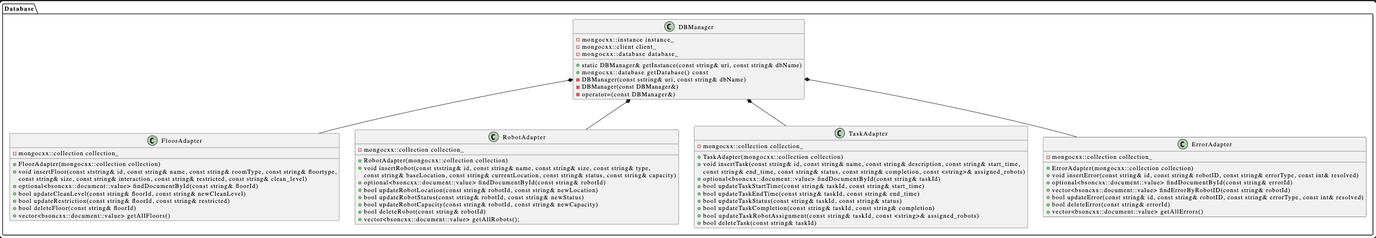
This is docs/design/uml_class_diagrams/Database.png from ur-swe-fa24/main-project-tidytech, a PlantUML export, as it was before one commit. Its source is kept beside it as docs/design/uml_class_diagrams/Database.puml.
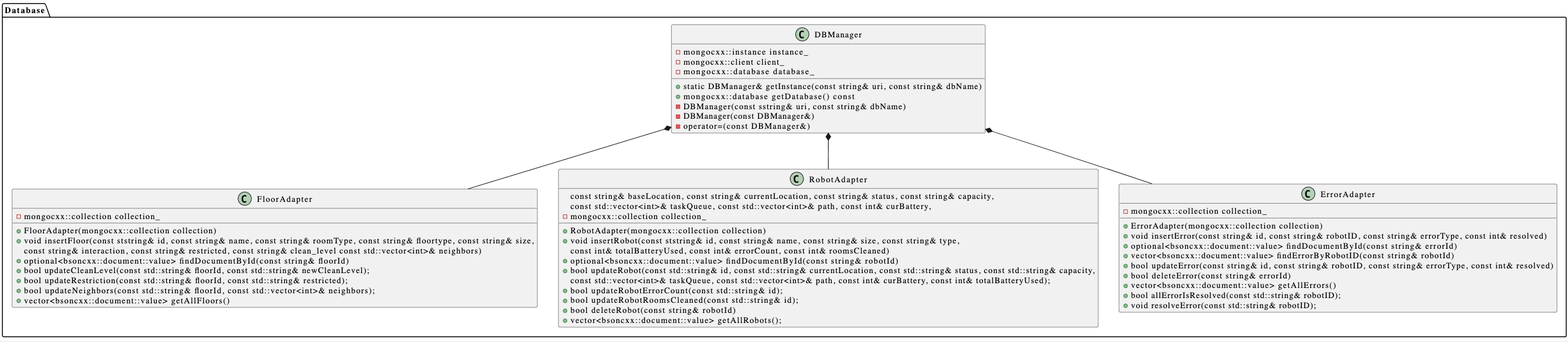
After the change.

Commit message:
updated db class diagram

Change to the diagram source:
```diff
@@ -14,13 +14,13 @@
     }
     class FloorAdapter{
         + FloorAdapter(mongocxx::collection collection)
-        + void insertFloor(const ststring& id, const string& name, const string& roomType, const string& floortype, \
+        + void insertFloor(const ststring& id, const string& name, const string& roomType, const string& floortype, const string& size, \
 
-            const string& size, const string& interaction, const string& restricted, const string& clean_level)
+             const string& interaction, const string& restricted, const string& clean_level const std::vector<int>& neighbors)
         + optional<bsoncxx::document::value> findDocumentById(const string& floorId)
-        + bool updateCleanLevel(const string& floorId, const string& newCleanLevel)
-        + bool updateRestriction(const string& floorId, const string& restricted)
-        + bool deleteFloor(const string& floorId)
+        + bool updateCleanLevel(const std::string& floorId, const std::string& newCleanLevel);
+        + bool updateRestriction(const std::string& floorId, const std::string& restricted);
+        + bool updateNeighbors(const std::string& floorId, const std::vector<int>& neighbors);
         + vector<bsoncxx::document::value> getAllFloors()
         - mongocxx::collection collection_
     }
@@ -28,29 +28,21 @@
         + RobotAdapter(mongocxx::collection collection)
         + void insertRobot(const ststring& id, const string& name, const string& size, const string& type, \
 
-            const string& baseLocation, const string& currentLocation, const string& status, const string& capacity)
+            const string& baseLocation, const string& currentLocation, const string& status, const string& capacity, \
+
+            const std::vector<int>& taskQueue, const std::vector<int>& path, const int& curBattery, \
+
+            const int& totalBatteryUsed, const int& errorCount, const int& roomsCleaned)
         + optional<bsoncxx::document::value> findDocumentById(const string& robotId)
-        + bool updateRobotLocation(const string& robotId, const string& newLocation)
-        + bool updateRobotStatus(const string& robotId, const string& newStatus)
-        + bool updateRobotCapacity(const string& robotId, const string& newCapacity)
+        + bool updateRobot(const std::string& id, const std::string& currentLocation, const std::string& status, const std::string& capacity, \
+
+            const std::vector<int>& taskQueue, const std::vector<int>& path, const int& curBattery, const int& totalBatteryUsed);
+        + bool updateRobotErrorCount(const std::string& id);
+        + bool updateRobotRoomsCleaned(const std::string& id);
         + bool deleteRobot(const string& robotId)
         + vector<bsoncxx::document::value> getAllRobots();
         - mongocxx::collection collection_
 
-    }
-    class TaskAdapter {
-        + TaskAdapter(mongocxx::collection collection)
-        + void insertTask(const string& id, const string& name, const string& description, const string& start_time, \
-
-            const string& end_time, const string& status, const string& completion, const <string>& assigned_robots)
-        + optional<bsoncxx::document::value> findDocumentById(const string& taskId)
-        + bool updateTaskStartTime(const string& taskId, const string& start_time)
-        + bool updateTaskEndTime(const string& taskId, const string& end_time)
-        + bool updateTaskStatus(const string& taskId, const string& status)
-        + bool updateTaskCompletion(const string& taskId, const string& completion)
-        + bool updateTaskRobotAssignment(const string& taskId, const <string>& assigned_robots)
-        + bool deleteTask(const string& taskId)
-        - mongocxx::collection collection_
     }
     class ErrorAdapter {
         + ErrorAdapter(mongocxx::collection collection)
@@ -60,12 +52,13 @@
         + bool updateError(const string& id, const string& robotID, const string& errorType, const int& resolved)
         + bool deleteError(const string& errorId)
         + vector<bsoncxx::document::value> getAllErrors()
+        + bool allErrorIsResolved(const std::string& robotID);
+        + void resolveError(const std::string& robotID);
         - mongocxx::collection collection_
     }
 
     DBManager *-- FloorAdapter
     DBManager *-- RobotAdapter
-    DBManager *-- TaskAdapter
     DBManager *-- ErrorAdapter
 }
 
```
